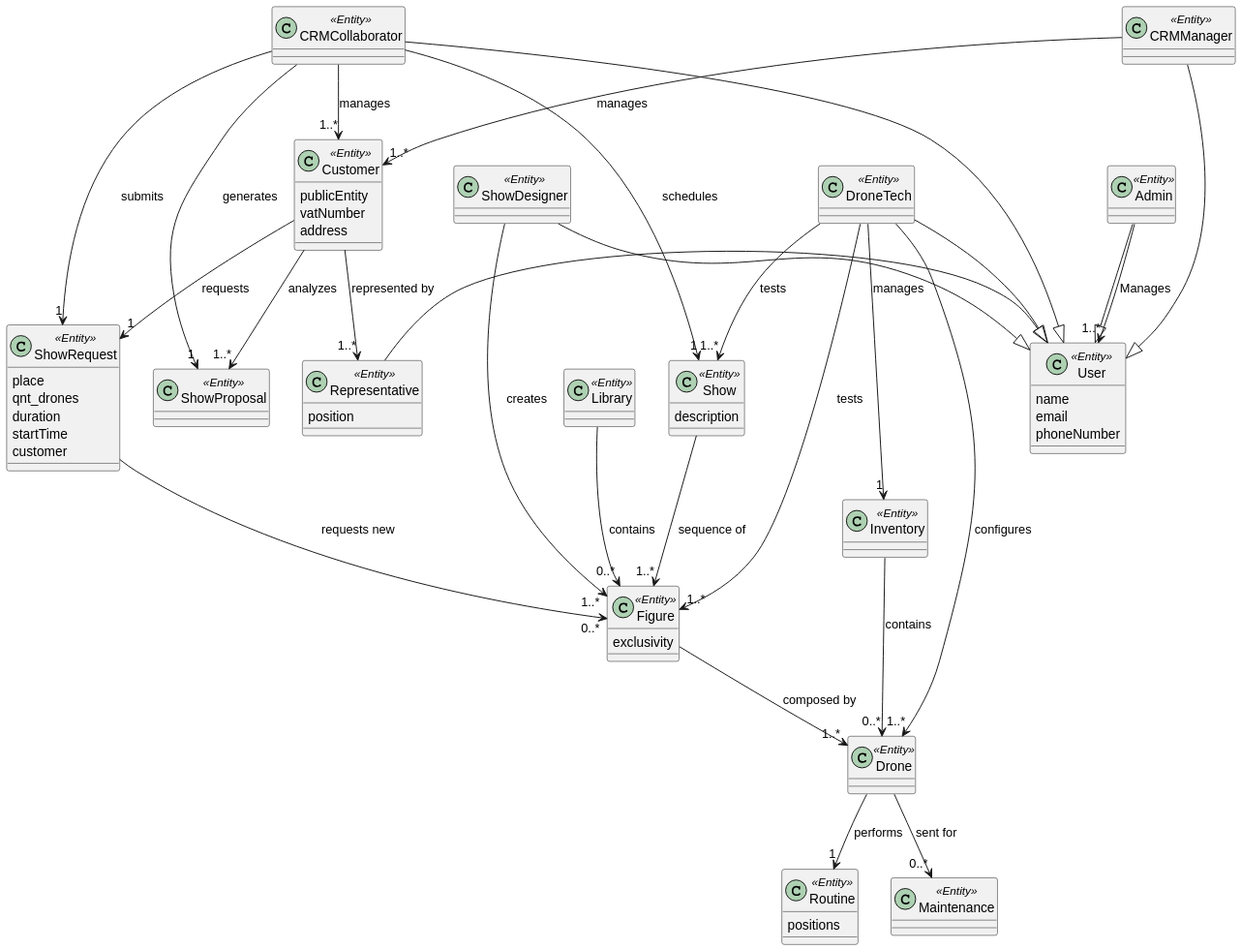
diogoveirospro/sem4pi-2024-2025-sem4pi_2024_2025_g44 keeps this PlantUML diagram as docs/global_artifacts/analysis/images/domain_model.svg. Above is the earlier version.
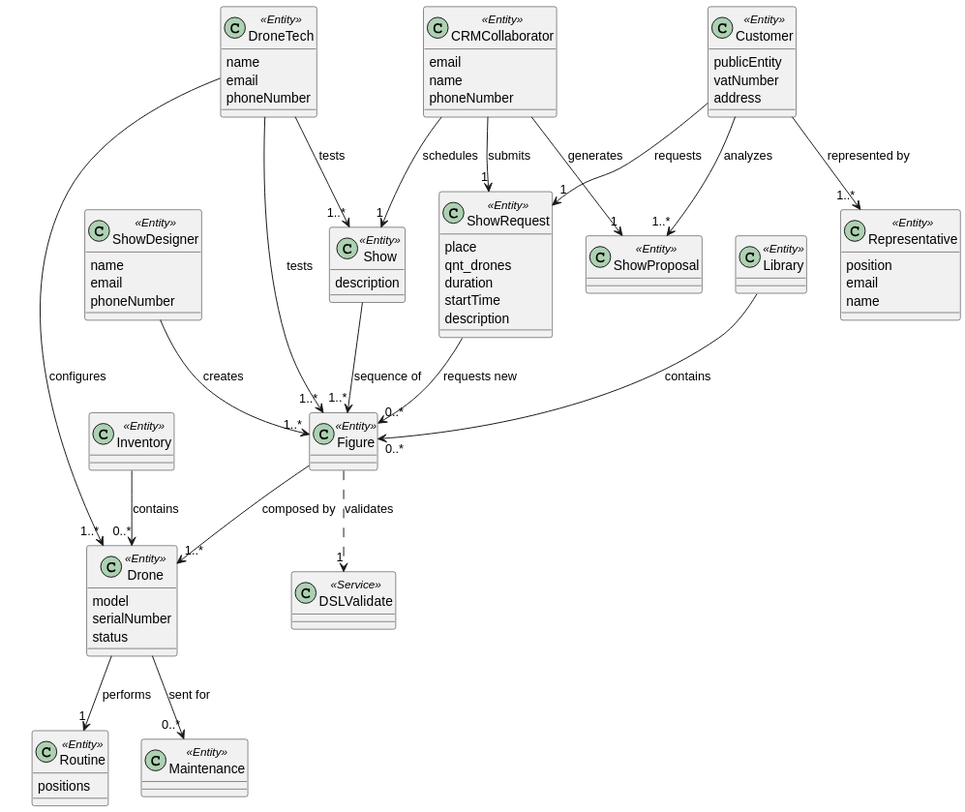
After the change.

Commit message:
#6 Just missing a new type of figure on the domain model

What changed in the source:
```diff
@@ -6,49 +6,51 @@
 }
 
 class Library <<Entity>>{
-
 }
 
 class Inventory <<Entity>>{
-
 }
 
 class Drone <<Entity>>{
-
+    model
+    serialNumber
+    status
 }
 
 class Routine <<Entity>>{
     positions
 }
 
-class Figure <<Entity>>{
-    exclusivity
+class DSLValidate <<Service>>{
+
 }
 
-class User <<Entity>>{
+class Figure <<Entity>>{
+
+}
+
+class CRMCollaborator <<Entity>>{
+    email
+    name
+    phoneNumber
+}
+
+class ShowDesigner <<Entity>>{
     name
     email
     phoneNumber
 }
 
-class Admin <<Entity>>{
-}
-
-class CRMManager <<Entity>>{
-
-}
-
-class CRMCollaborator <<Entity>>{
-}
-
-class ShowDesigner <<Entity>>{
-}
-
 class DroneTech <<Entity>>{
+    name
+    email
+    phoneNumber
 }
 
 class Representative <<Entity>>{
     position
+    email
+    name
 }
 
 class Show <<Entity>>{
@@ -64,7 +66,7 @@
     qnt_drones
     duration
     startTime
-    customer
+    description
 }
 
 class ShowProposal <<Entity>>{
@@ -78,32 +80,23 @@
 
 ShowRequest --> "0..*" Figure : requests new
 
-CRMManager -|> User
-CRMManager --> "1..*" Customer: manages
 
 ShowDesigner --> "1..*" Figure: creates
-ShowDesigner --|> User
 
 
 CRMCollaborator  --> "1" ShowProposal: generates
-CRMCollaborator --|> User
 CRMCollaborator  --> "1" ShowRequest: submits
 CRMCollaborator --> "1" Show : schedules
-CRMCollaborator --> "1..*" Customer: manages
 
-Admin --|> User
-Admin --> "1..*" User: Manages
 
-DroneTech -|> User
 DroneTech --> "1..*" Figure: tests
 DroneTech --> "1..*" Show: tests
-DroneTech --> "1" Inventory: manages
 DroneTech --> "1..*" Drone: configures
 
 
-Representative -|> User
 
 Figure --> "1..*" Drone: composed by
+Figure ..> "1" DSLValidate: validates
 
 Show --> "1..*" Figure: sequence of
 
```
